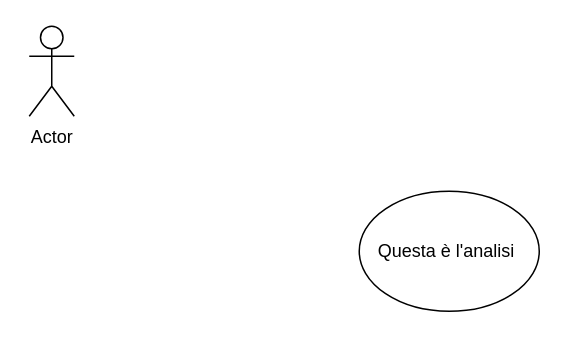
asaladino75/ipzs-2021-sessione-1 keeps this draw.io diagram as docs/analisi.drawio. Above is the earlier version. Source tidied: cells renumbered, new cells numbered last; positions are measured from the earlier drawing's top-left corner, leaving out a move shared by most shapes. Both pictures are drawn from the tidied source at 150%, with x=0, y=0 at pixel (28, 26).
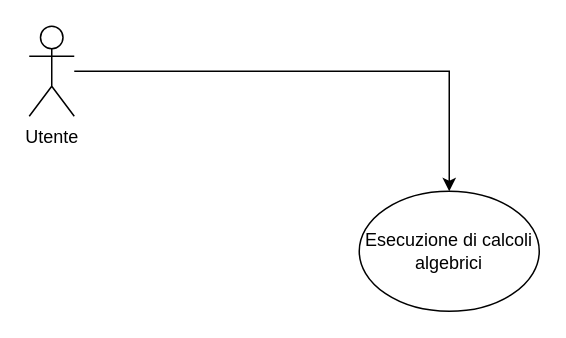
After the change.

The edit, as a diff of the source:
```diff
@@
 <mxGraphModel>
   <root>
     <mxCell id="0" />
     <mxCell id="1" parent="0" />
+    <mxCell id="4" style="edgeStyle=orthogonalEdgeStyle;rounded=0;jettySize=auto;html=1;" parent="1" edge="1" source="2" target="3">
+      <mxGeometry relative="1" as="geometry" />
+    </mxCell>
-    <mxCell id="2" value="Actor" style="shape=umlActor;verticalLabelPosition=bottom;verticalAlign=top;html=1;outlineConnect=0;" parent="1" vertex="1">
+    <mxCell id="2" value="Utente" style="shape=umlActor;verticalLabelPosition=bottom;verticalAlign=top;html=1;outlineConnect=0;" parent="1" vertex="1">
       <mxGeometry width="30" height="60" as="geometry" />
     </mxCell>
-    <mxCell id="3" value="Questa è l'analisi&amp;nbsp;" style="ellipse;whiteSpace=wrap;html=1;" parent="1" vertex="1">
+    <mxCell id="3" value="Esecuzione di calcoli algebrici" style="ellipse;whiteSpace=wrap;html=1;" parent="1" vertex="1">
       <mxGeometry x="220" y="110" width="120" height="80" as="geometry" />
     </mxCell>
   </root>
 </mxGraphModel>
```
